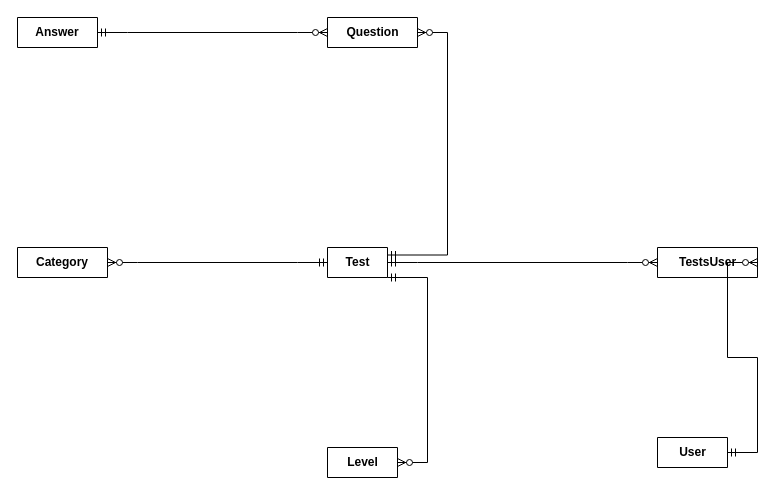
Above: TestGuru.drawio in KUlanov/TestGuru (draw.io), before the change. Source tidied: cells renumbered, new cells numbered last; positions are measured from the earlier drawing's top-left corner, leaving out a move shared by most shapes. Both pictures are drawn from the tidied source at 100%, with x=0, y=0 at pixel (17, 17).
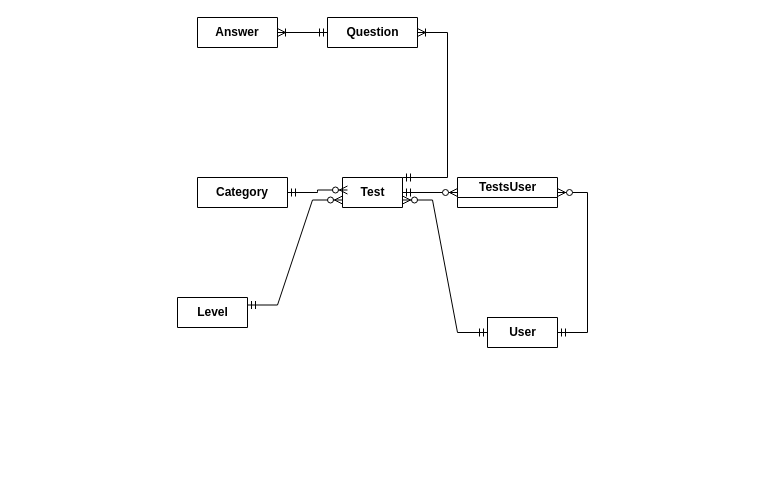
Above is the later version.

Unchanged cells that the change refers to:
```xml
<mxCell id="6" value="Question" style="shape=table;startSize=30;childLayout=tableLayout;rowLines=0;fontStyle=1;align=center;html=1;" parent="1" vertex="1" collapsed="1">
  <mxGeometry x="310" width="90" height="30" as="geometry" />
</mxCell>
```

Diff of the diagram source:
```diff
@@
-    <mxCell id="2" value="TestsUser" style="shape=table;startSize=30;childLayout=tableLayout;rowLines=0;fontStyle=1;align=center;html=1;" parent="1" vertex="1" collapsed="1">
-      <mxGeometry x="640" y="230" width="100" height="30" as="geometry" />
+    <mxCell id="2" value="TestsUser" style="shape=table;startSize=20;childLayout=tableLayout;rowLines=0;fontStyle=1;align=center;html=1;" parent="1" vertex="1" collapsed="1">
+      <mxGeometry x="440" y="160" width="100" height="30" as="geometry" />
     </mxCell>
     <mxCell id="3" value="Test" style="shape=table;startSize=30;childLayout=tableLayout;rowLines=0;fontStyle=1;align=center;html=1;" parent="1" vertex="1" collapsed="1">
-      <mxGeometry x="310" y="230" width="60" height="30" as="geometry" />
+      <mxGeometry x="325" y="160" width="60" height="30" as="geometry" />
     </mxCell>
     <mxCell id="4" value="&lt;div&gt;Category&lt;/div&gt;" style="shape=table;startSize=30;childLayout=tableLayout;rowLines=0;fontStyle=1;align=center;html=1;whiteSpace=wrap;" parent="1" vertex="1" collapsed="1">
-      <mxGeometry y="230" width="90" height="30" as="geometry" />
+      <mxGeometry x="180" y="160" width="90" height="30" as="geometry" />
     </mxCell>
     <mxCell id="5" value="Answer" style="shape=table;startSize=30;childLayout=tableLayout;rowLines=0;fontStyle=1;align=center;html=1;whiteSpace=wrap;" parent="1" vertex="1" collapsed="1">
-      <mxGeometry width="80" height="30" as="geometry" />
+      <mxGeometry x="180" width="80" height="30" as="geometry" />
     </mxCell>
@@
-    <mxCell id="7" value="User" style="shape=table;startSize=30;childLayout=tableLayout;rowLines=0;fontStyle=1;align=center;html=1;" parent="1" vertex="1" collapsed="1">
-      <mxGeometry x="640" y="420" width="70" height="30" as="geometry" />
+    <mxCell id="7" value="User" style="shape=table;startSize=0;childLayout=tableLayout;rowLines=0;fontStyle=1;align=center;html=1;" parent="1" vertex="1" collapsed="1">
+      <mxGeometry x="470" y="300" width="70" height="30" as="geometry" />
     </mxCell>
     <mxCell id="8" value="Level" style="shape=table;startSize=30;childLayout=tableLayout;rowLines=0;fontStyle=1;align=center;html=1;" parent="1" vertex="1" collapsed="1">
-      <mxGeometry x="310" y="430" width="70" height="30" as="geometry" />
+      <mxGeometry x="160" y="280" width="70" height="30" as="geometry" />
     </mxCell>
-    <mxCell id="9" style="edgeStyle=entityRelationEdgeStyle;fontSize=12;html=1;endArrow=ERzeroToMany;startArrow=ERmandOne;rounded=0;exitX=1;exitY=0.5;exitDx=0;exitDy=0;entryX=0;entryY=0.5;entryDx=0;entryDy=0;" parent="1" edge="1" source="5" target="6">
-      <mxGeometry relative="1" as="geometry" />
-    </mxCell>
-    <mxCell id="10" style="edgeStyle=entityRelationEdgeStyle;fontSize=12;html=1;endArrow=ERzeroToMany;startArrow=ERmandOne;rounded=0;exitX=0;exitY=0.5;exitDx=0;exitDy=0;entryX=1;entryY=0.5;entryDx=0;entryDy=0;" parent="1" edge="1" source="3" target="4">
+    <mxCell id="10" style="edgeStyle=entityRelationEdgeStyle;fontSize=12;html=1;endArrow=ERzeroToMany;startArrow=ERmandOne;rounded=0;exitX=1;exitY=0.5;exitDx=0;exitDy=0;entryX=0.083;entryY=0.417;entryDx=0;entryDy=0;entryPerimeter=0;" parent="1" edge="1" source="4" target="3">
       <mxGeometry relative="1" as="geometry" />
     </mxCell>
@@
-    <mxCell id="13" style="edgeStyle=entityRelationEdgeStyle;fontSize=12;html=1;endArrow=ERzeroToMany;startArrow=ERmandOne;rounded=0;exitX=1;exitY=1;exitDx=0;exitDy=0;" parent="1" edge="1" source="3" target="8">
+    <mxCell id="13" style="edgeStyle=entityRelationEdgeStyle;fontSize=12;html=1;endArrow=ERzeroToMany;startArrow=ERmandOne;rounded=0;exitX=1;exitY=0.25;exitDx=0;exitDy=0;entryX=0;entryY=0.75;entryDx=0;entryDy=0;" parent="1" edge="1" source="8" target="3">
       <mxGeometry relative="1" as="geometry" />
     </mxCell>
-    <mxCell id="14" style="edgeStyle=entityRelationEdgeStyle;fontSize=12;html=1;endArrow=ERzeroToMany;startArrow=ERmandOne;rounded=0;exitX=1;exitY=0.25;exitDx=0;exitDy=0;" parent="1" edge="1" source="3" target="6">
-      <mxGeometry relative="1" as="geometry" />
+    <mxCell id="14" style="edgeStyle=entityRelationEdgeStyle;fontSize=12;html=1;endArrow=ERoneToMany;startArrow=ERmandOne;rounded=0;exitX=1;exitY=0;exitDx=0;exitDy=0;" parent="1" edge="1" source="3" target="6">
+      <mxGeometry relative="1" as="geometry">
+        <Array as="points">
+          <mxPoint x="460" y="70" />
+          <mxPoint x="540" y="80" />
+        </Array>
+      </mxGeometry>
     </mxCell>
+    <mxCell id="15" style="edgeStyle=entityRelationEdgeStyle;fontSize=12;html=1;endArrow=ERoneToMany;startArrow=ERmandOne;rounded=0;exitX=0;exitY=0.5;exitDx=0;exitDy=0;entryX=1;entryY=0.5;entryDx=0;entryDy=0;" parent="1" edge="1" source="6" target="5">
+      <mxGeometry relative="1" as="geometry">
+        <Array as="points">
+          <mxPoint x="250" y="70" />
+          <mxPoint x="330" y="80" />
+        </Array>
+      </mxGeometry>
+    </mxCell>
+    <mxCell id="16" style="edgeStyle=orthogonalEdgeStyle;rounded=0;orthogonalLoop=1;jettySize=auto;html=1;exitX=0.5;exitY=1;exitDx=0;exitDy=0;" parent="1" edge="1" source="4" target="4">
+      <mxGeometry relative="1" as="geometry" />
+    </mxCell>
+    <mxCell id="17" style="edgeStyle=entityRelationEdgeStyle;fontSize=12;html=1;endArrow=ERzeroToMany;startArrow=ERmandOne;rounded=0;exitX=0;exitY=0.5;exitDx=0;exitDy=0;entryX=1;entryY=0.75;entryDx=0;entryDy=0;" parent="1" edge="1" source="7" target="3">
+      <mxGeometry relative="1" as="geometry" />
+    </mxCell>
```
